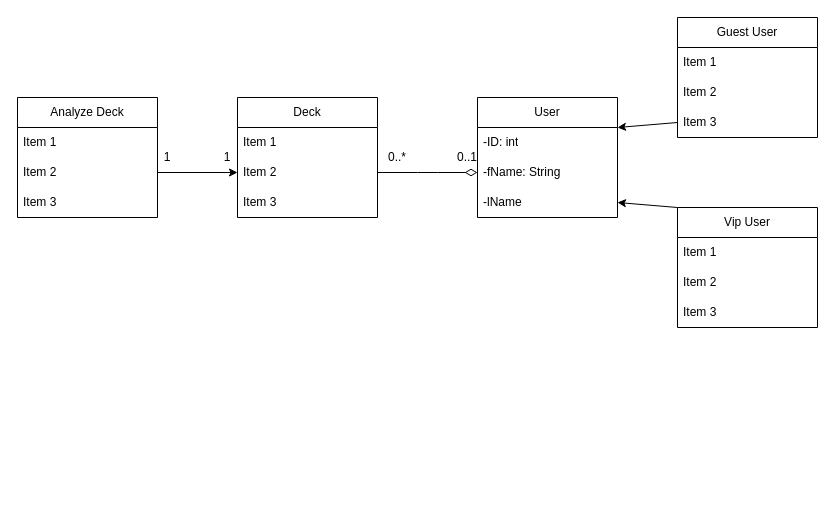
Above: UML_Diagrams/Backend_class_diagram.drawio in MTG-Deck-Aid/documentation-and-development (draw.io), before the change. Source tidied: cells renumbered, new cells numbered last; positions are measured from the earlier drawing's top-left corner, leaving out a move shared by most shapes. Both pictures are drawn from the tidied source at 100%, with x=0, y=0 at pixel (17, 17).
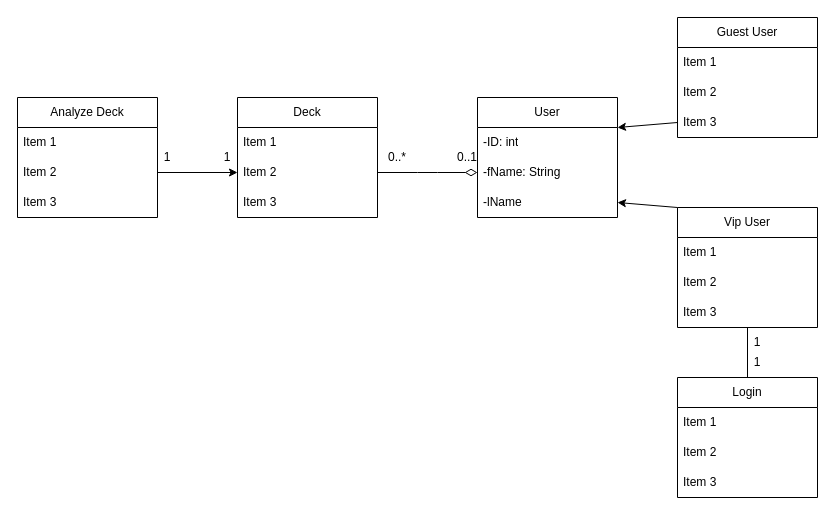
The same page after the edit.

Commit message:
added login class to uml diagram

Unchanged cells that the change refers to:
```xml
<mxCell id="21" value="Item 3" style="text;strokeColor=none;fillColor=none;align=left;verticalAlign=middle;spacingLeft=4;spacingRight=4;overflow=hidden;points=[[0,0.5],[1,0.5]];portConstraint=eastwest;whiteSpace=wrap;html=1;" parent="18" vertex="1">
  <mxGeometry y="90" width="140" height="30" as="geometry" />
</mxCell>
```

What changed in the source:
```diff
@@
+    <mxCell id="30" value="Login" style="swimlane;fontStyle=0;horizontal=1;startSize=30;whiteSpace=wrap;html=1;" parent="1" vertex="1">
+      <mxGeometry x="660" y="360" width="140" height="120" as="geometry" />
+    </mxCell>
+    <mxCell id="31" value="Item 1" style="text;strokeColor=none;fillColor=none;align=left;verticalAlign=middle;spacingLeft=4;spacingRight=4;overflow=hidden;whiteSpace=wrap;html=1;" parent="30" vertex="1">
+      <mxGeometry y="30" width="140" height="30" as="geometry" />
+    </mxCell>
+    <mxCell id="32" value="Item 2" style="text;strokeColor=none;fillColor=none;align=left;verticalAlign=middle;spacingLeft=4;spacingRight=4;overflow=hidden;whiteSpace=wrap;html=1;" parent="30" vertex="1">
+      <mxGeometry y="60" width="140" height="30" as="geometry" />
+    </mxCell>
+    <mxCell id="33" value="Item 3" style="text;strokeColor=none;fillColor=none;align=left;verticalAlign=middle;spacingLeft=4;spacingRight=4;overflow=hidden;whiteSpace=wrap;html=1;" parent="30" vertex="1">
+      <mxGeometry y="90" width="140" height="30" as="geometry" />
+    </mxCell>
+    <mxCell id="34" style="endArrow=none;html=1;entryX=0.5;entryY=1;entryDx=0;entryDy=0;entryPerimeter=0;exitX=0.5;exitY=0;exitDx=0;exitDy=0;" parent="1" edge="1" source="30" target="21">
+      <mxGeometry relative="1" as="geometry" />
+    </mxCell>
+    <mxCell id="35" value="1" style="text;html=1;align=center;verticalAlign=middle;whiteSpace=wrap;rounded=0;" parent="1" vertex="1">
+      <mxGeometry x="710" y="310" width="60" height="30" as="geometry" />
+    </mxCell>
+    <mxCell id="36" value="1" style="text;html=1;align=center;verticalAlign=middle;whiteSpace=wrap;rounded=0;" parent="1" vertex="1">
+      <mxGeometry x="710" y="330" width="60" height="30" as="geometry" />
+    </mxCell>
```
